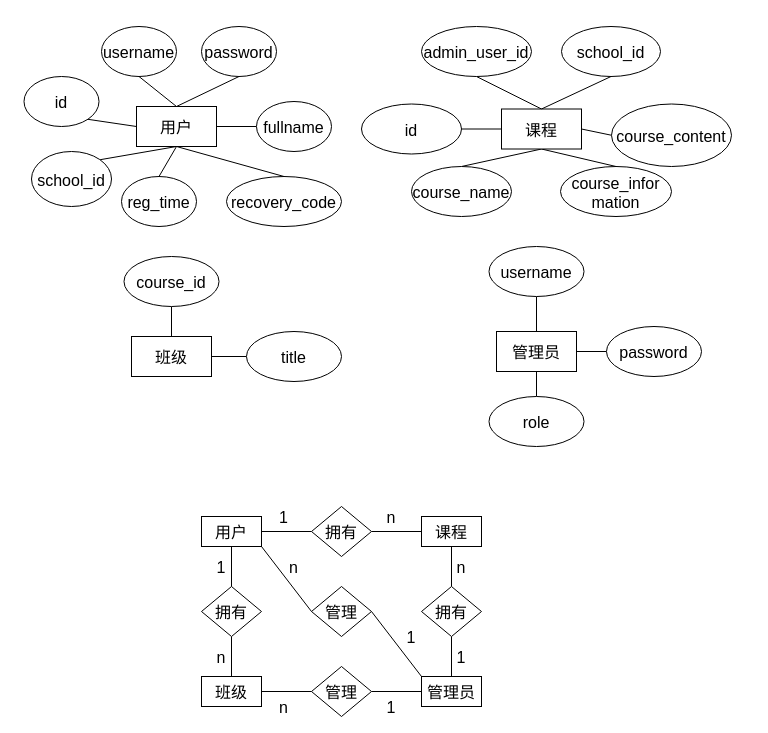
Earlier version of the draw.io diagram Untitled Diagram.drawio (FanhuaCloud/diagrams). Source tidied: cells renumbered, new cells numbered last; positions are measured from the earlier drawing's top-left corner, leaving out a move shared by most shapes. Both pictures are drawn from the tidied source at 100%, with x=0, y=0 at pixel (23, 26).
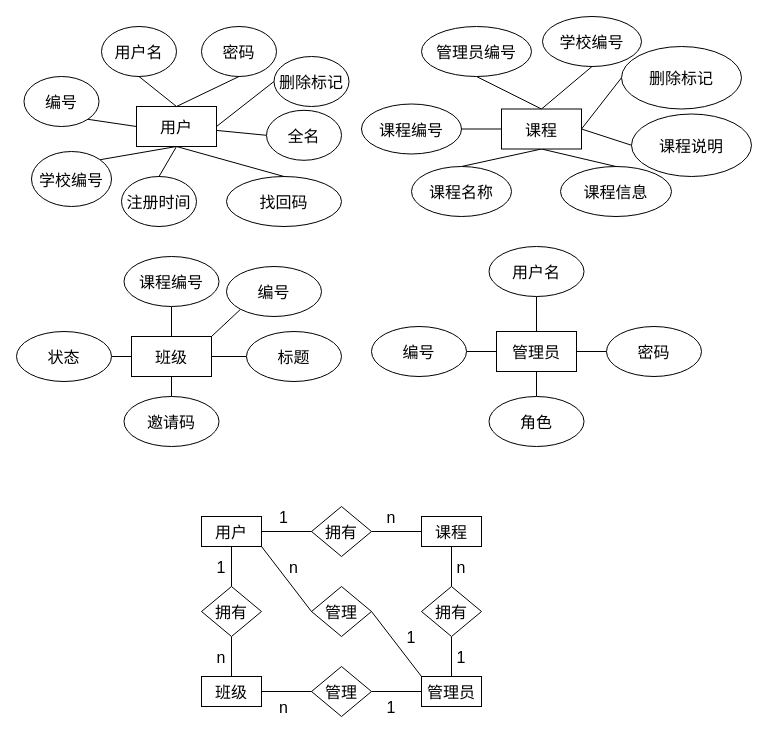
Above is the later version.

The change refers to these unchanged cells:
```xml
<mxCell id="2" value="用户" style="rounded=0;fontSize=16;fontFamily=宋体;" parent="1" vertex="1">
  <mxGeometry x="113" y="80" width="80" height="40" as="geometry" />
</mxCell>
<mxCell id="22" value="课程" style="rounded=0;fontSize=16;fontFamily=宋体;" parent="1" vertex="1">
  <mxGeometry x="478" y="82.5" width="80" height="40" as="geometry" />
</mxCell>
<mxCell id="32" value="班级" style="rounded=0;fontSize=16;fontFamily=宋体;" parent="1" vertex="1">
  <mxGeometry x="108" y="310" width="80" height="40" as="geometry" />
</mxCell>
<mxCell id="34" value="管理员" style="rounded=0;fontSize=16;fontFamily=宋体;" parent="1" vertex="1">
  <mxGeometry x="473" y="305" width="80" height="40" as="geometry" />
</mxCell>
```

What changed in the source:
```diff
@@
+    <mxCell id="71" style="rounded=0;jettySize=auto;html=1;exitX=1;exitY=0.5;exitDx=0;exitDy=0;endArrow=none;endFill=0;entryX=0;entryY=0.5;entryDx=0;entryDy=0;" parent="1" edge="1" source="2" target="78">
+      <mxGeometry relative="1" as="geometry" />
+    </mxCell>
@@
-    <mxCell id="4" value="username" style="ellipse;fontSize=16;fontFamily=宋体;" parent="1" vertex="1">
+    <mxCell id="4" value="用户名" style="ellipse;fontSize=16;fontFamily=宋体;" parent="1" vertex="1">
       <mxGeometry x="78" width="75" height="50" as="geometry" />
     </mxCell>
@@
-    <mxCell id="6" value="password" style="ellipse;fontSize=16;fontFamily=宋体;" parent="1" vertex="1">
+    <mxCell id="6" value="密码" style="ellipse;fontSize=16;fontFamily=宋体;" parent="1" vertex="1">
       <mxGeometry x="178" width="75" height="50" as="geometry" />
     </mxCell>
@@
-    <mxCell id="8" value="id" style="ellipse;fontSize=16;fontFamily=宋体;" parent="1" vertex="1">
+    <mxCell id="8" value="编号" style="ellipse;fontSize=16;fontFamily=宋体;" parent="1" vertex="1">
       <mxGeometry x="0.5" y="50" width="75" height="50" as="geometry" />
     </mxCell>
@@
-    <mxCell id="10" value="fullname" style="ellipse;fontSize=16;fontFamily=宋体;" parent="1" vertex="1">
-      <mxGeometry x="233" y="75" width="75" height="50" as="geometry" />
+    <mxCell id="10" value="全名" style="ellipse;fontSize=16;fontFamily=宋体;" parent="1" vertex="1">
+      <mxGeometry x="243" y="83.8" width="75" height="50" as="geometry" />
     </mxCell>
@@
-    <mxCell id="12" value="school_id" style="ellipse;fontSize=16;fontFamily=宋体;" parent="1" vertex="1">
+    <mxCell id="12" value="学校编号" style="ellipse;fontSize=16;fontFamily=宋体;" parent="1" vertex="1">
       <mxGeometry x="8" y="125" width="80" height="55" as="geometry" />
     </mxCell>
@@
-    <mxCell id="14" value="reg_time" style="ellipse;fontSize=16;fontFamily=宋体;" parent="1" vertex="1">
+    <mxCell id="14" value="注册时间" style="ellipse;fontSize=16;fontFamily=宋体;" parent="1" vertex="1">
       <mxGeometry x="98" y="150" width="75" height="50" as="geometry" />
     </mxCell>
@@
-    <mxCell id="16" value="recovery_code" style="ellipse;fontSize=16;fontFamily=宋体;" parent="1" vertex="1">
+    <mxCell id="16" value="找回码" style="ellipse;fontSize=16;fontFamily=宋体;" parent="1" vertex="1">
       <mxGeometry x="203" y="150" width="115" height="50" as="geometry" />
     </mxCell>
@@
+    <mxCell id="72" style="edgeStyle=none;rounded=0;jettySize=auto;html=1;exitX=1;exitY=0.5;exitDx=0;exitDy=0;entryX=0;entryY=0.5;entryDx=0;entryDy=0;endArrow=none;endFill=0;" parent="1" edge="1" source="22" target="82">
+      <mxGeometry relative="1" as="geometry" />
+    </mxCell>
@@
-    <mxCell id="23" value="admin_user_id" style="ellipse;fontSize=16;rounded=0;labelBorderColor=none;labelBackgroundColor=none;fontFamily=宋体;" parent="1" vertex="1">
+    <mxCell id="23" value="管理员编号" style="ellipse;fontSize=16;rounded=0;labelBorderColor=none;labelBackgroundColor=none;fontFamily=宋体;" parent="1" vertex="1">
       <mxGeometry x="398" width="110" height="50" as="geometry" />
     </mxCell>
-    <mxCell id="24" value="id" style="ellipse;fontSize=16;rounded=0;labelBorderColor=none;labelBackgroundColor=none;fontFamily=宋体;" parent="1" vertex="1">
+    <mxCell id="24" value="课程编号" style="ellipse;fontSize=16;rounded=0;labelBorderColor=none;labelBackgroundColor=none;fontFamily=宋体;" parent="1" vertex="1">
       <mxGeometry x="338" y="77.5" width="100" height="50" as="geometry" />
     </mxCell>
-    <mxCell id="25" value="course_name" style="ellipse;fontSize=16;rounded=0;labelBorderColor=none;labelBackgroundColor=none;fontFamily=宋体;" parent="1" vertex="1">
+    <mxCell id="25" value="课程名称" style="ellipse;fontSize=16;rounded=0;labelBorderColor=none;labelBackgroundColor=none;fontFamily=宋体;" parent="1" vertex="1">
       <mxGeometry x="388" y="140" width="100" height="50" as="geometry" />
     </mxCell>
-    <mxCell id="26" value="course_infor&#10;mation" style="ellipse;fontSize=16;rounded=0;labelBorderColor=none;labelBackgroundColor=none;fontFamily=宋体;" parent="1" vertex="1">
+    <mxCell id="26" value="课程信息" style="ellipse;fontSize=16;rounded=0;labelBorderColor=none;labelBackgroundColor=none;fontFamily=宋体;" parent="1" vertex="1">
       <mxGeometry x="537" y="140" width="111" height="50" as="geometry" />
     </mxCell>
-    <mxCell id="27" value="course_content" style="ellipse;fontSize=16;rounded=0;labelBorderColor=none;labelBackgroundColor=none;fontFamily=宋体;" parent="1" vertex="1">
-      <mxGeometry x="588" y="77.5" width="120" height="62.5" as="geometry" />
+    <mxCell id="27" value="课程说明" style="ellipse;fontSize=16;rounded=0;labelBorderColor=none;labelBackgroundColor=none;fontFamily=宋体;" parent="1" vertex="1">
+      <mxGeometry x="608" y="87.5" width="120" height="62.5" as="geometry" />
     </mxCell>
@@
-    <mxCell id="29" value="school_id" style="ellipse;fontSize=16;rounded=0;labelBorderColor=none;labelBackgroundColor=none;fontFamily=宋体;" parent="1" vertex="1">
-      <mxGeometry x="538" width="99" height="50" as="geometry" />
+    <mxCell id="29" value="学校编号" style="ellipse;fontSize=16;rounded=0;labelBorderColor=none;labelBackgroundColor=none;fontFamily=宋体;" parent="1" vertex="1">
+      <mxGeometry x="519" y="-10" width="99" height="50" as="geometry" />
     </mxCell>
@@
+    <mxCell id="73" style="edgeStyle=none;rounded=0;jettySize=auto;html=1;exitX=0.5;exitY=1;exitDx=0;exitDy=0;entryX=0.5;entryY=0;entryDx=0;entryDy=0;endArrow=none;endFill=0;" parent="1" edge="1" source="32" target="81">
+      <mxGeometry relative="1" as="geometry" />
+    </mxCell>
+    <mxCell id="74" style="edgeStyle=none;rounded=0;jettySize=auto;html=1;exitX=0;exitY=0.5;exitDx=0;exitDy=0;entryX=1;entryY=0.5;entryDx=0;entryDy=0;endArrow=none;endFill=0;" parent="1" edge="1" source="32" target="80">
+      <mxGeometry relative="1" as="geometry" />
+    </mxCell>
+    <mxCell id="75" style="edgeStyle=none;rounded=0;jettySize=auto;html=1;exitX=1;exitY=0;exitDx=0;exitDy=0;entryX=0;entryY=1;entryDx=0;entryDy=0;endArrow=none;endFill=0;" parent="1" edge="1" source="32" target="79">
+      <mxGeometry relative="1" as="geometry" />
+    </mxCell>
@@
+    <mxCell id="76" style="edgeStyle=orthogonalEdgeStyle;rounded=0;jettySize=auto;html=1;exitX=0;exitY=0.5;exitDx=0;exitDy=0;endArrow=none;endFill=0;" parent="1" edge="1" source="34" target="77">
+      <mxGeometry relative="1" as="geometry" />
+    </mxCell>
@@
-    <mxCell id="35" value="title" style="ellipse;fontSize=16;fontFamily=宋体;" parent="1" vertex="1">
+    <mxCell id="35" value="标题" style="ellipse;fontSize=16;fontFamily=宋体;" parent="1" vertex="1">
       <mxGeometry x="223" y="305" width="95" height="50" as="geometry" />
     </mxCell>
-    <mxCell id="36" value="course_id" style="ellipse;fontSize=16;fontFamily=宋体;" parent="1" vertex="1">
+    <mxCell id="36" value="课程编号" style="ellipse;fontSize=16;fontFamily=宋体;" parent="1" vertex="1">
       <mxGeometry x="100.5" y="230" width="95" height="50" as="geometry" />
     </mxCell>
@@
-    <mxCell id="38" value="username" style="ellipse;fontSize=16;fontFamily=宋体;" parent="1" vertex="1">
+    <mxCell id="38" value="用户名" style="ellipse;fontSize=16;fontFamily=宋体;" parent="1" vertex="1">
       <mxGeometry x="465.5" y="220" width="95" height="50" as="geometry" />
     </mxCell>
@@
-    <mxCell id="40" value="role" style="ellipse;fontSize=16;fontFamily=宋体;" parent="1" vertex="1">
+    <mxCell id="40" value="角色" style="ellipse;fontSize=16;fontFamily=宋体;" parent="1" vertex="1">
       <mxGeometry x="465.5" y="370" width="95" height="50" as="geometry" />
     </mxCell>
-    <mxCell id="41" value="password" style="ellipse;fontSize=16;fontFamily=宋体;" parent="1" vertex="1">
+    <mxCell id="41" value="密码" style="ellipse;fontSize=16;fontFamily=宋体;" parent="1" vertex="1">
       <mxGeometry x="583" y="300" width="95" height="50" as="geometry" />
     </mxCell>
@@
+    <mxCell id="77" value="编号" style="ellipse;fontSize=16;fontFamily=宋体;" parent="1" vertex="1">
+      <mxGeometry x="348" y="300" width="95" height="50" as="geometry" />
+    </mxCell>
+    <mxCell id="78" value="删除标记" style="ellipse;fontSize=16;fontFamily=宋体;" parent="1" vertex="1">
+      <mxGeometry x="250.5" y="30" width="75" height="50" as="geometry" />
+    </mxCell>
+    <mxCell id="79" value="编号" style="ellipse;fontSize=16;fontFamily=宋体;" parent="1" vertex="1">
+      <mxGeometry x="203" y="240" width="95" height="50" as="geometry" />
+    </mxCell>
+    <mxCell id="80" value="状态" style="ellipse;fontSize=16;fontFamily=宋体;" parent="1" vertex="1">
+      <mxGeometry x="-7" y="305" width="95" height="50" as="geometry" />
+    </mxCell>
+    <mxCell id="81" value="邀请码" style="ellipse;fontSize=16;fontFamily=宋体;" parent="1" vertex="1">
+      <mxGeometry x="100.5" y="370" width="95" height="50" as="geometry" />
+    </mxCell>
+    <mxCell id="82" value="删除标记" style="ellipse;fontSize=16;rounded=0;labelBorderColor=none;labelBackgroundColor=none;fontFamily=宋体;" parent="1" vertex="1">
+      <mxGeometry x="598" y="20" width="120" height="62.5" as="geometry" />
+    </mxCell>
```
